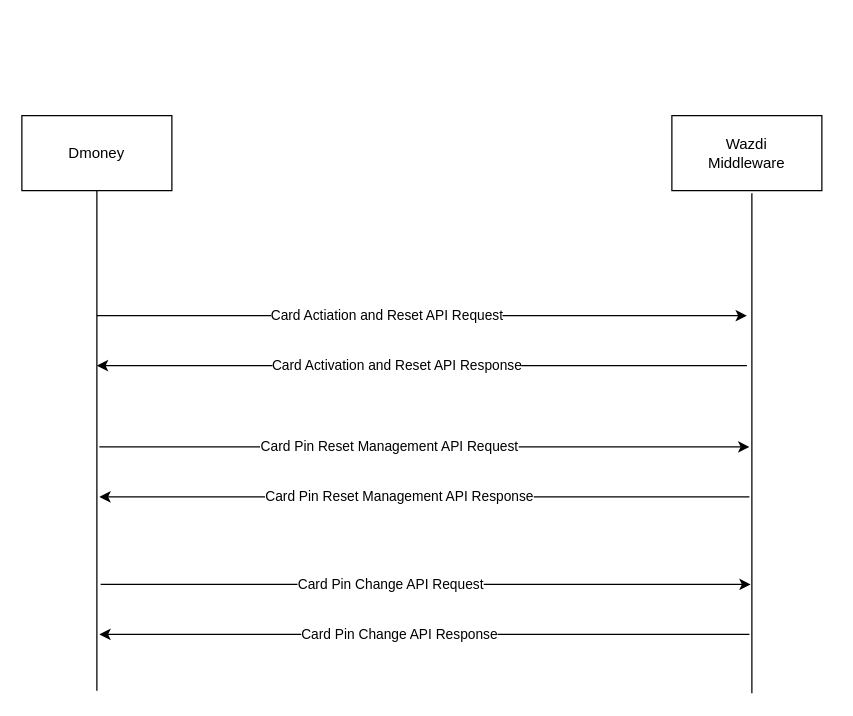
Above: page "Page-2" (2 of 2) of Untitled Diagram.drawio in hanifuddin15/LocalApiTest (draw.io), before the change. Source tidied: cells renumbered, new cells numbered last; positions are measured from the earlier drawing's top-left corner, leaving out a move shared by most shapes. Both pictures are drawn from the tidied source at 125%, with x=0, y=0 at pixel (21, 115).
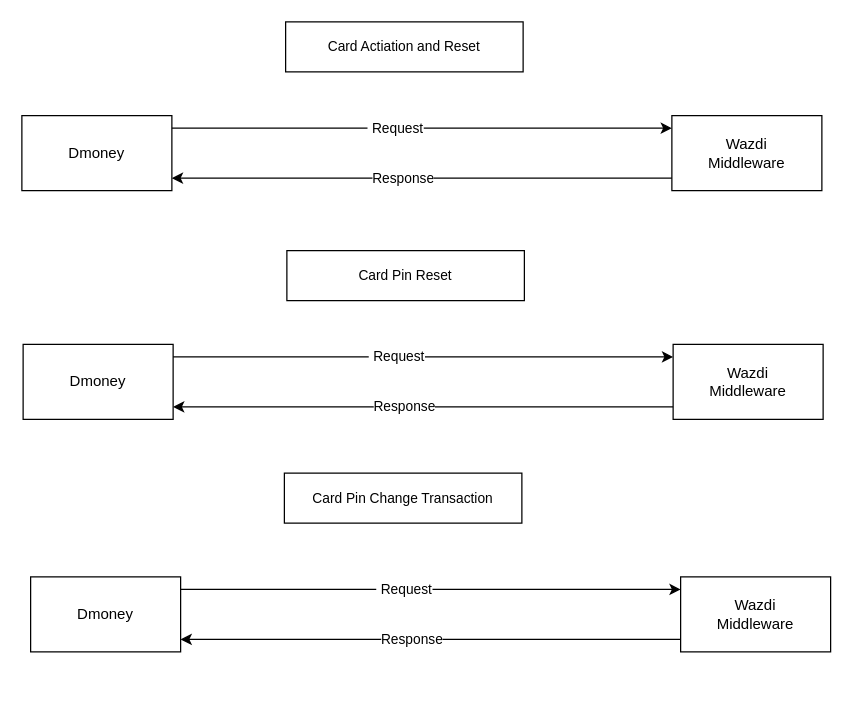
Above is the later version.

Commit message:
Dmoney-Wazdi Api Data Flow.drawio

Unchanged cells that the change refers to:
```xml
<mxCell id="2" value="Dmoney" style="rounded=0;whiteSpace=wrap;html=1;" parent="1" vertex="1">
  <mxGeometry width="120" height="60" as="geometry" />
</mxCell>
```

The edit, as a diff of the source:
```diff
@@
-    <mxCell id="4" style="endArrow=none;html=1;rounded=0;entryX=0.5;entryY=1;entryDx=0;entryDy=0;" parent="1" edge="1" target="2">
-      <mxGeometry relative="1" as="geometry">
-        <mxPoint x="60" y="460" as="sourcePoint" />
-      </mxGeometry>
-    </mxCell>
     <mxCell id="5" style="endArrow=classic;html=1;rounded=0;" parent="1" edge="1">
       <mxGeometry relative="1" as="geometry">
-        <mxPoint x="60" y="160" as="sourcePoint" />
-        <mxPoint x="580" y="160" as="targetPoint" />
+        <mxPoint x="120" y="10" as="sourcePoint" />
+        <mxPoint x="520" y="10" as="targetPoint" />
       </mxGeometry>
     </mxCell>
-    <mxCell id="6" value="Card Actiation and Reset API Request" style="edgeLabel;html=1;align=center;verticalAlign=middle;" parent="5" vertex="1">
+    <mxCell id="6" value="&amp;nbsp;Request" style="edgeLabel;html=1;align=center;verticalAlign=middle;" parent="5" vertex="1">
       <mxGeometry x="-0.11" y="1" relative="1" as="geometry" />
     </mxCell>
     <mxCell id="7" style="endArrow=classic;html=1;rounded=0;" parent="1" edge="1">
       <mxGeometry relative="1" as="geometry">
-        <mxPoint x="580" y="200" as="sourcePoint" />
-        <mxPoint x="60" y="200" as="targetPoint" />
+        <mxPoint x="520" y="50" as="sourcePoint" />
+        <mxPoint x="120" y="50" as="targetPoint" />
       </mxGeometry>
     </mxCell>
-    <mxCell id="8" value="Card Activation and Reset API Response" style="edgeLabel;html=1;align=center;verticalAlign=middle;" parent="7" vertex="1">
+    <mxCell id="8" value="Response" style="edgeLabel;html=1;align=center;verticalAlign=middle;" parent="7" vertex="1">
       <mxGeometry x="0.08" y="-1" relative="1" as="geometry" />
     </mxCell>
-    <mxCell id="9" style="endArrow=classic;html=1;rounded=0;" parent="1" edge="1">
-      <mxGeometry relative="1" as="geometry">
-        <mxPoint x="62" y="265" as="sourcePoint" />
-        <mxPoint x="582" y="265" as="targetPoint" />
-      </mxGeometry>
-    </mxCell>
-    <mxCell id="10" value="Card Pin Reset Management API Request" style="edgeLabel;html=1;align=center;verticalAlign=middle;" parent="9" vertex="1">
-      <mxGeometry x="-0.11" y="1" relative="1" as="geometry" />
-    </mxCell>
-    <mxCell id="11" style="endArrow=classic;html=1;rounded=0;" parent="1" edge="1">
-      <mxGeometry relative="1" as="geometry">
-        <mxPoint x="582" y="305" as="sourcePoint" />
-        <mxPoint x="62" y="305" as="targetPoint" />
-      </mxGeometry>
-    </mxCell>
-    <mxCell id="12" value="Card Pin Reset Management API Response" style="edgeLabel;html=1;align=center;verticalAlign=middle;" parent="11" vertex="1">
-      <mxGeometry x="0.08" y="-1" relative="1" as="geometry" />
-    </mxCell>
-    <mxCell id="13" style="endArrow=classic;html=1;rounded=0;" parent="1" edge="1">
-      <mxGeometry relative="1" as="geometry">
-        <mxPoint x="63" y="375" as="sourcePoint" />
-        <mxPoint x="583" y="375" as="targetPoint" />
-      </mxGeometry>
-    </mxCell>
-    <mxCell id="14" value="Card Pin Change API Request" style="edgeLabel;html=1;align=center;verticalAlign=middle;" parent="13" vertex="1">
-      <mxGeometry x="-0.11" y="1" relative="1" as="geometry" />
-    </mxCell>
-    <mxCell id="15" style="endArrow=classic;html=1;rounded=0;" parent="1" edge="1">
-      <mxGeometry relative="1" as="geometry">
-        <mxPoint x="582" y="415" as="sourcePoint" />
-        <mxPoint x="62" y="415" as="targetPoint" />
-      </mxGeometry>
-    </mxCell>
-    <mxCell id="16" value="Card Pin Change API Response" style="edgeLabel;html=1;align=center;verticalAlign=middle;" parent="15" vertex="1">
-      <mxGeometry x="0.08" y="-1" relative="1" as="geometry" />
-    </mxCell>
-    <mxCell id="17" style="endArrow=none;html=1;rounded=0;entryX=0.5;entryY=1;entryDx=0;entryDy=0;" parent="1" edge="1">
-      <mxGeometry relative="1" as="geometry">
-        <mxPoint x="584" y="462" as="sourcePoint" />
-        <mxPoint x="584" y="62" as="targetPoint" />
-      </mxGeometry>
-    </mxCell>
+    <mxCell id="18" value="&lt;span style=&quot;font-size: 11px; background-color: rgb(255, 255, 255);&quot;&gt;Card Actiation and Reset&lt;/span&gt;" style="rounded=0;whiteSpace=wrap;html=1;" parent="1" vertex="1">
+      <mxGeometry x="211" y="-75" width="190" height="40" as="geometry" />
+    </mxCell>
+    <mxCell id="19" value="Dmoney" style="rounded=0;whiteSpace=wrap;html=1;" parent="1" vertex="1">
+      <mxGeometry x="1" y="183" width="120" height="60" as="geometry" />
+    </mxCell>
+    <mxCell id="20" value="Wazdi&lt;br&gt;Middleware" style="rounded=0;whiteSpace=wrap;html=1;" parent="1" vertex="1">
+      <mxGeometry x="521" y="183" width="120" height="60" as="geometry" />
+    </mxCell>
+    <mxCell id="21" style="endArrow=classic;html=1;rounded=0;" parent="1" edge="1">
+      <mxGeometry relative="1" as="geometry">
+        <mxPoint x="121" y="193" as="sourcePoint" />
+        <mxPoint x="521" y="193" as="targetPoint" />
+      </mxGeometry>
+    </mxCell>
+    <mxCell id="22" value="&amp;nbsp;Request" style="edgeLabel;html=1;align=center;verticalAlign=middle;" parent="21" vertex="1">
+      <mxGeometry x="-0.11" y="1" relative="1" as="geometry" />
+    </mxCell>
+    <mxCell id="23" style="endArrow=classic;html=1;rounded=0;" parent="1" edge="1">
+      <mxGeometry relative="1" as="geometry">
+        <mxPoint x="521" y="233" as="sourcePoint" />
+        <mxPoint x="121" y="233" as="targetPoint" />
+      </mxGeometry>
+    </mxCell>
+    <mxCell id="24" value="Response" style="edgeLabel;html=1;align=center;verticalAlign=middle;" parent="23" vertex="1">
+      <mxGeometry x="0.08" y="-1" relative="1" as="geometry" />
+    </mxCell>
+    <mxCell id="25" value="&lt;span style=&quot;font-size: 11px; background-color: rgb(255, 255, 255);&quot;&gt;Card Pin Reset&lt;/span&gt;" style="rounded=0;whiteSpace=wrap;html=1;" parent="1" vertex="1">
+      <mxGeometry x="212" y="108" width="190" height="40" as="geometry" />
+    </mxCell>
+    <mxCell id="26" value="Dmoney" style="rounded=0;whiteSpace=wrap;html=1;" parent="1" vertex="1">
+      <mxGeometry x="7" y="369" width="120" height="60" as="geometry" />
+    </mxCell>
+    <mxCell id="27" value="Wazdi&lt;br&gt;Middleware" style="rounded=0;whiteSpace=wrap;html=1;" parent="1" vertex="1">
+      <mxGeometry x="527" y="369" width="120" height="60" as="geometry" />
+    </mxCell>
+    <mxCell id="28" style="endArrow=classic;html=1;rounded=0;" parent="1" edge="1">
+      <mxGeometry relative="1" as="geometry">
+        <mxPoint x="127" y="379" as="sourcePoint" />
+        <mxPoint x="527" y="379" as="targetPoint" />
+      </mxGeometry>
+    </mxCell>
+    <mxCell id="29" value="&amp;nbsp;Request" style="edgeLabel;html=1;align=center;verticalAlign=middle;" parent="28" vertex="1">
+      <mxGeometry x="-0.11" y="1" relative="1" as="geometry" />
+    </mxCell>
+    <mxCell id="30" style="endArrow=classic;html=1;rounded=0;" parent="1" edge="1">
+      <mxGeometry relative="1" as="geometry">
+        <mxPoint x="527" y="419" as="sourcePoint" />
+        <mxPoint x="127" y="419" as="targetPoint" />
+      </mxGeometry>
+    </mxCell>
+    <mxCell id="31" value="Response" style="edgeLabel;html=1;align=center;verticalAlign=middle;" parent="30" vertex="1">
+      <mxGeometry x="0.08" y="-1" relative="1" as="geometry" />
+    </mxCell>
+    <mxCell id="32" value="&lt;span style=&quot;font-size: 11px; background-color: rgb(255, 255, 255);&quot;&gt;Card Pin Change Transaction&lt;/span&gt;" style="rounded=0;whiteSpace=wrap;html=1;" parent="1" vertex="1">
+      <mxGeometry x="210" y="286" width="190" height="40" as="geometry" />
+    </mxCell>
```
